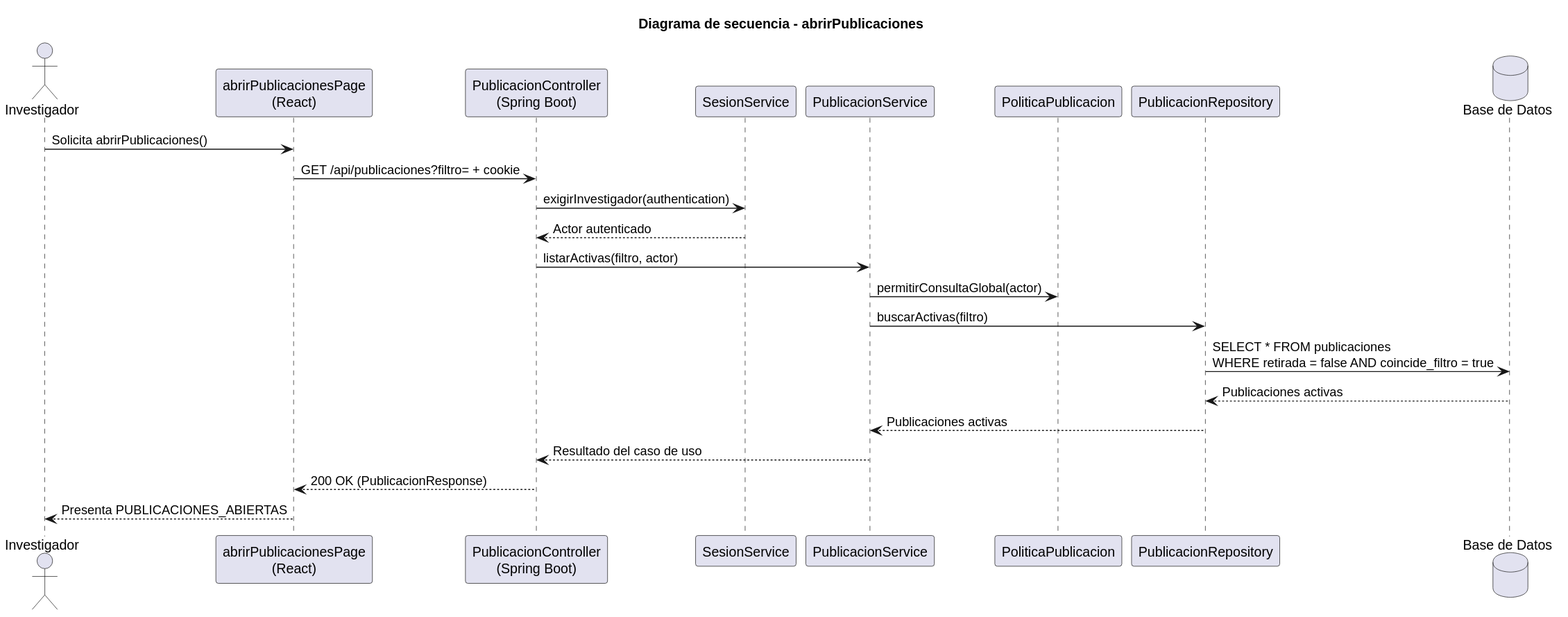
The PlantUML diagram images/RUP/02-diseño/casos-uso/investigador/abrirPublicaciones/secuencia.svg in beatriizorozco/25-26-idsw2-sdVC, before a commit.
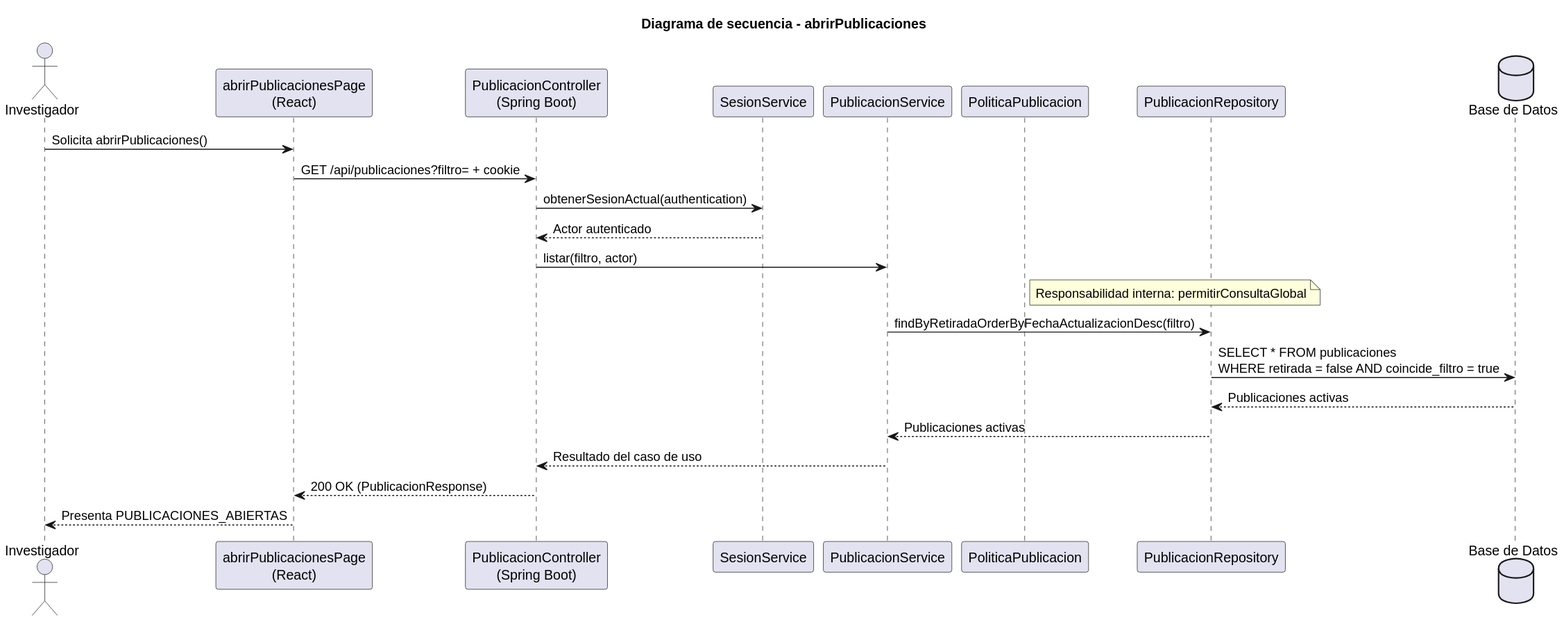
Above is the later version.

Diff of the diagram source:
```diff
@@ -12,11 +12,11 @@
 
 Investigador -> Frontend: Solicita abrirPublicaciones()
 Frontend -> Api: GET /api/publicaciones?filtro= + cookie
-Api -> Sesion: exigirInvestigador(authentication)
+Api -> Sesion: obtenerSesionActual(authentication)
 Sesion --> Api: Actor autenticado
-Api -> Service: listarActivas(filtro, actor)
-Service -> Policy: permitirConsultaGlobal(actor)
-Service -> Repo: buscarActivas(filtro)
+Api -> Service: listar(filtro, actor)
+note right of Policy: Responsabilidad interna: permitirConsultaGlobal
+Service -> Repo: findByRetiradaOrderByFechaActualizacionDesc(filtro)
 Repo -> DB: SELECT * FROM publicaciones\nWHERE retirada = false AND coincide_filtro = true
 DB --> Repo: Publicaciones activas
 Repo --> Service: Publicaciones activas
```
